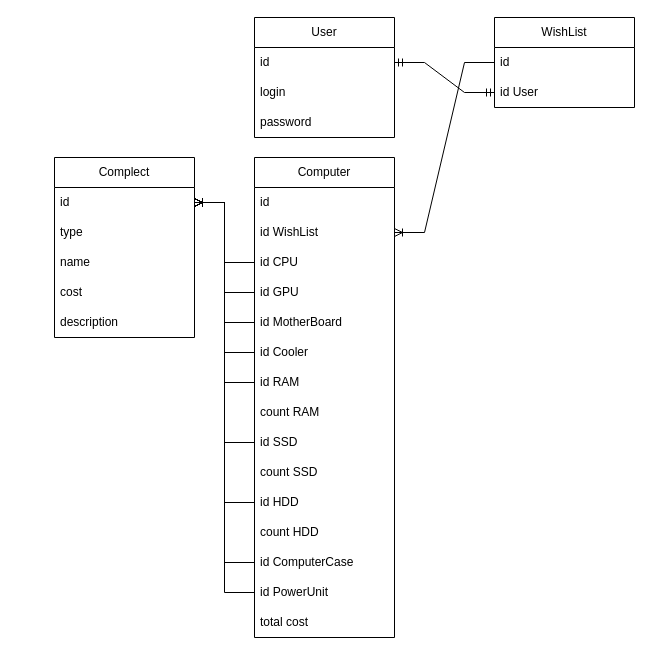
Earlier version of the draw.io diagram схема БД для курсового проекта — копия.drawio (JDexMoment/CompConf). Source tidied: cells renumbered, new cells numbered last; positions are measured from the earlier drawing's top-left corner, leaving out a move shared by most shapes. Both pictures are drawn from the tidied source at 100%, with x=0, y=0 at pixel (54, 17).
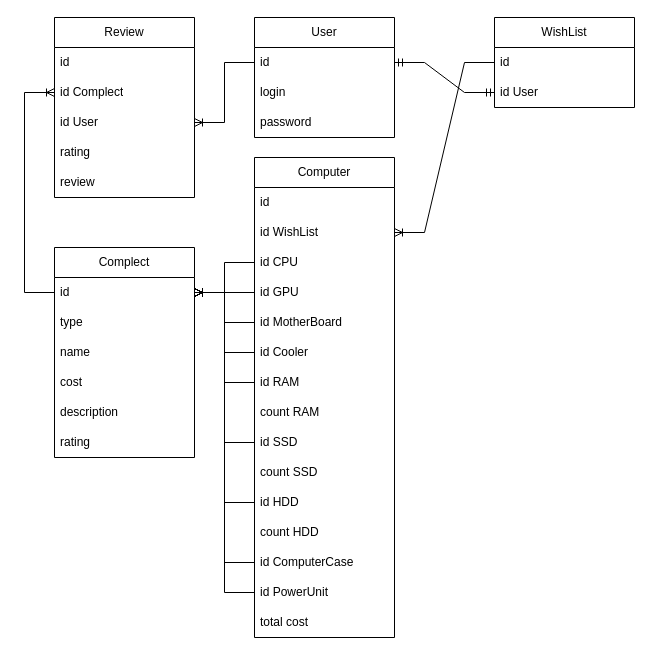
The same diagram, later.

The change refers to these unchanged cells:
```xml
<mxCell id="19" value="id" style="text;strokeColor=none;fillColor=none;align=left;verticalAlign=middle;spacingLeft=4;spacingRight=4;overflow=hidden;points=[[0,0.5],[1,0.5]];portConstraint=eastwest;whiteSpace=wrap;html=1;" parent="18" vertex="1">
  <mxGeometry y="30" width="140" height="30" as="geometry" />
</mxCell>
<mxCell id="28" value="id" style="text;strokeColor=none;fillColor=none;align=left;verticalAlign=middle;spacingLeft=4;spacingRight=4;overflow=hidden;points=[[0,0.5],[1,0.5]];portConstraint=eastwest;whiteSpace=wrap;html=1;" parent="27" vertex="1">
  <mxGeometry y="30" width="140" height="30" as="geometry" />
</mxCell>
```

What changed in the source:
```diff
@@
     <mxCell id="27" value="Complect" style="swimlane;fontStyle=0;horizontal=1;startSize=30;whiteSpace=wrap;html=1;" parent="1" vertex="1">
-      <mxGeometry y="140" width="140" height="180" as="geometry" />
+      <mxGeometry y="230" width="140" height="210" as="geometry" />
     </mxCell>
@@
+    <mxCell id="42" value="rating" style="text;strokeColor=none;fillColor=none;align=left;verticalAlign=middle;spacingLeft=4;spacingRight=4;overflow=hidden;whiteSpace=wrap;html=1;" parent="27" vertex="1">
+      <mxGeometry y="180" width="140" height="30" as="geometry" />
+    </mxCell>
@@
+    <mxCell id="43" value="Review" style="swimlane;fontStyle=0;horizontal=1;startSize=30;whiteSpace=wrap;html=1;" parent="1" vertex="1">
+      <mxGeometry width="140" height="180" as="geometry" />
+    </mxCell>
+    <mxCell id="44" value="id" style="text;strokeColor=none;fillColor=none;align=left;verticalAlign=middle;spacingLeft=4;spacingRight=4;overflow=hidden;whiteSpace=wrap;html=1;" parent="43" vertex="1">
+      <mxGeometry y="30" width="140" height="30" as="geometry" />
+    </mxCell>
+    <mxCell id="45" value="id Complect" style="text;strokeColor=none;fillColor=none;align=left;verticalAlign=middle;spacingLeft=4;spacingRight=4;overflow=hidden;points=[[0,0.5],[1,0.5]];portConstraint=eastwest;whiteSpace=wrap;html=1;" parent="43" vertex="1">
+      <mxGeometry y="60" width="140" height="30" as="geometry" />
+    </mxCell>
+    <mxCell id="46" value="id User" style="text;strokeColor=none;fillColor=none;align=left;verticalAlign=middle;spacingLeft=4;spacingRight=4;overflow=hidden;points=[[0,0.5],[1,0.5]];portConstraint=eastwest;whiteSpace=wrap;html=1;" parent="43" vertex="1">
+      <mxGeometry y="90" width="140" height="30" as="geometry" />
+    </mxCell>
+    <mxCell id="47" value="rating" style="text;strokeColor=none;fillColor=none;align=left;verticalAlign=middle;spacingLeft=4;spacingRight=4;overflow=hidden;whiteSpace=wrap;html=1;" parent="43" vertex="1">
+      <mxGeometry y="120" width="140" height="30" as="geometry" />
+    </mxCell>
+    <mxCell id="48" value="review" style="text;strokeColor=none;fillColor=none;align=left;verticalAlign=middle;spacingLeft=4;spacingRight=4;overflow=hidden;whiteSpace=wrap;html=1;" parent="43" vertex="1">
+      <mxGeometry y="150" width="140" height="30" as="geometry" />
+    </mxCell>
+    <mxCell id="49" style="edgeStyle=entityRelationEdgeStyle;fontSize=12;html=1;endArrow=ERoneToMany;rounded=0;exitX=0;exitY=0.5;exitDx=0;exitDy=0;entryX=1;entryY=0.5;entryDx=0;entryDy=0;" parent="1" edge="1" source="19" target="46">
+      <mxGeometry relative="1" as="geometry" />
+    </mxCell>
+    <mxCell id="50" style="edgeStyle=elbowEdgeStyle;fontSize=12;html=1;endArrow=ERoneToMany;rounded=0;entryX=0;entryY=0.5;entryDx=0;entryDy=0;exitX=0;exitY=0.5;exitDx=0;exitDy=0;" parent="1" edge="1" source="28" target="45">
+      <mxGeometry relative="1" as="geometry">
+        <Array as="points">
+          <mxPoint x="-30" y="160" />
+        </Array>
+      </mxGeometry>
+    </mxCell>
```
